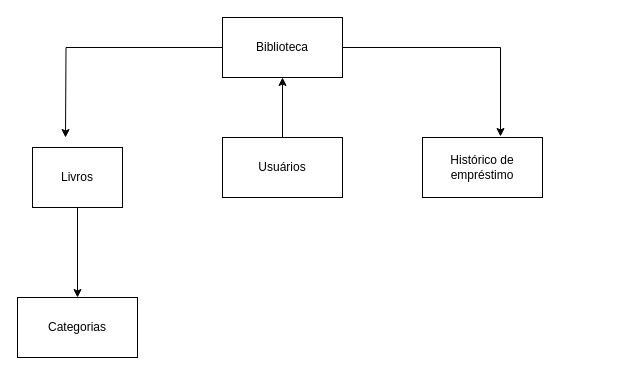
The draw.io diagram Diagrama sem nome.drawio in CaioPita/Banco-de-Dados, before the edit. Source tidied: cells renumbered, new cells numbered last; positions are measured from the earlier drawing's top-left corner, leaving out a move shared by most shapes. Both pictures are drawn from the tidied source at 100%, with x=0, y=0 at pixel (17, 17).
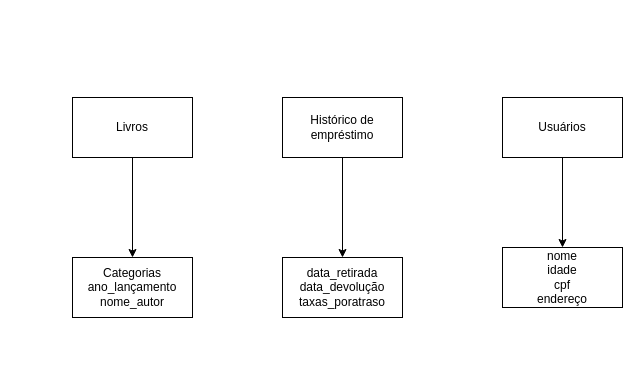
The same diagram, later.

What changed in the source:
```diff
@@
 <mxGraphModel>
   <root>
     <mxCell id="0" />
     <mxCell id="1" parent="0" />
-    <mxCell id="2" value="Categorias" style="rounded=0;whiteSpace=wrap;html=1;" parent="1" vertex="1">
-      <mxGeometry y="280" width="120" height="60" as="geometry" />
-    </mxCell>
-    <mxCell id="3" style="edgeStyle=orthogonalEdgeStyle;rounded=0;jettySize=auto;html=1;exitX=0.5;exitY=1;exitDx=0;exitDy=0;entryX=0.5;entryY=0;entryDx=0;entryDy=0;" parent="1" edge="1" source="4" target="2">
-      <mxGeometry relative="1" as="geometry" />
-    </mxCell>
+    <mxCell id="11" value="nome&lt;div&gt;idade&lt;/div&gt;&lt;div&gt;cpf&lt;/div&gt;&lt;div&gt;endereço&lt;/div&gt;" style="rounded=0;whiteSpace=wrap;html=1;" parent="1" vertex="1">
+      <mxGeometry x="485" y="230" width="120" height="60" as="geometry" />
+    </mxCell>
+    <mxCell id="12" value="data_retirada&lt;div&gt;data_devolução&lt;/div&gt;&lt;div&gt;taxas_poratraso&lt;/div&gt;" style="rounded=0;whiteSpace=wrap;html=1;" parent="1" vertex="1">
+      <mxGeometry x="265" y="240" width="120" height="60" as="geometry" />
+    </mxCell>
+    <mxCell id="13" value="Categorias&lt;div&gt;ano_lançamento&lt;/div&gt;&lt;div&gt;nome_autor&lt;/div&gt;" style="rounded=0;whiteSpace=wrap;html=1;" parent="1" vertex="1">
+      <mxGeometry x="55" y="240" width="120" height="60" as="geometry" />
+    </mxCell>
+    <mxCell id="14" style="edgeStyle=orthogonalEdgeStyle;rounded=0;jettySize=auto;html=1;exitX=0.5;exitY=1;exitDx=0;exitDy=0;entryX=0.5;entryY=0;entryDx=0;entryDy=0;" parent="1" edge="1" source="6" target="11">
+      <mxGeometry relative="1" as="geometry" />
+    </mxCell>
+    <mxCell id="6" value="Usuários" style="rounded=0;whiteSpace=wrap;html=1;" parent="1" vertex="1">
+      <mxGeometry x="485" y="80" width="120" height="60" as="geometry" />
+    </mxCell>
+    <mxCell id="15" style="edgeStyle=orthogonalEdgeStyle;rounded=0;jettySize=auto;html=1;exitX=0.5;exitY=1;exitDx=0;exitDy=0;" parent="1" edge="1" source="7" target="12">
+      <mxGeometry relative="1" as="geometry" />
+    </mxCell>
+    <mxCell id="7" value="Histórico de empréstimo" style="rounded=0;whiteSpace=wrap;html=1;" parent="1" vertex="1">
+      <mxGeometry x="265" y="80" width="120" height="60" as="geometry" />
+    </mxCell>
+    <mxCell id="16" style="edgeStyle=orthogonalEdgeStyle;rounded=0;jettySize=auto;html=1;exitX=0.5;exitY=1;exitDx=0;exitDy=0;entryX=0.5;entryY=0;entryDx=0;entryDy=0;" parent="1" edge="1" source="4" target="13">
+      <mxGeometry relative="1" as="geometry" />
+    </mxCell>
     <mxCell id="4" value="Livros" style="rounded=0;whiteSpace=wrap;html=1;" parent="1" vertex="1">
-      <mxGeometry x="15" y="130" width="90" height="60" as="geometry" />
+      <mxGeometry x="55" y="80" width="120" height="60" as="geometry" />
     </mxCell>
-    <mxCell id="5" style="edgeStyle=orthogonalEdgeStyle;rounded=0;jettySize=auto;html=1;exitX=0.5;exitY=0;exitDx=0;exitDy=0;entryX=0.5;entryY=1;entryDx=0;entryDy=0;" parent="1" edge="1" source="6" target="8">
-      <mxGeometry relative="1" as="geometry" />
-    </mxCell>
-    <mxCell id="6" value="Usuários" style="rounded=0;whiteSpace=wrap;html=1;" parent="1" vertex="1">
-      <mxGeometry x="205" y="120" width="120" height="60" as="geometry" />
-    </mxCell>
-    <mxCell id="7" value="Histórico de empréstimo" style="rounded=0;whiteSpace=wrap;html=1;" parent="1" vertex="1">
-      <mxGeometry x="405" y="120" width="120" height="60" as="geometry" />
-    </mxCell>
-    <mxCell id="8" value="Biblioteca" style="rounded=0;whiteSpace=wrap;html=1;" parent="1" vertex="1">
-      <mxGeometry x="205" width="120" height="60" as="geometry" />
-    </mxCell>
-    <mxCell id="9" style="edgeStyle=orthogonalEdgeStyle;rounded=0;jettySize=auto;html=1;exitX=0;exitY=0.5;exitDx=0;exitDy=0;" parent="1" edge="1" source="8">
-      <mxGeometry relative="1" as="geometry">
-        <mxPoint x="48" y="120" as="targetPoint" />
-      </mxGeometry>
-    </mxCell>
-    <mxCell id="10" style="edgeStyle=orthogonalEdgeStyle;rounded=0;jettySize=auto;html=1;exitX=1;exitY=0.5;exitDx=0;exitDy=0;entryX=0.65;entryY=-0.017;entryDx=0;entryDy=0;entryPerimeter=0;" parent="1" edge="1" source="8" target="7">
-      <mxGeometry relative="1" as="geometry" />
-    </mxCell>
   </root>
 </mxGraphModel>
```
